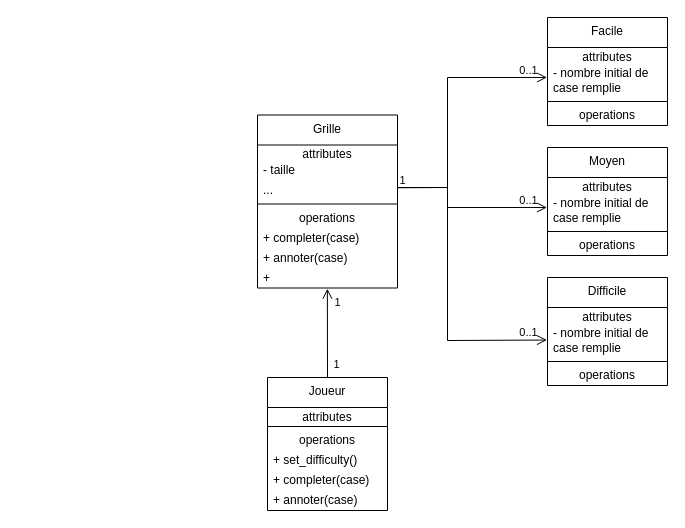
This is Phase d'analyse/diag_classe.drawio from gpotel/projet_POO_PPMD, a draw.io file, before an edit. Source tidied: cells renumbered, new cells numbered last; positions are measured from the earlier drawing's top-left corner, leaving out a move shared by most shapes. Both pictures are drawn from the tidied source at 100%, with x=0, y=0 at pixel (257, 17).
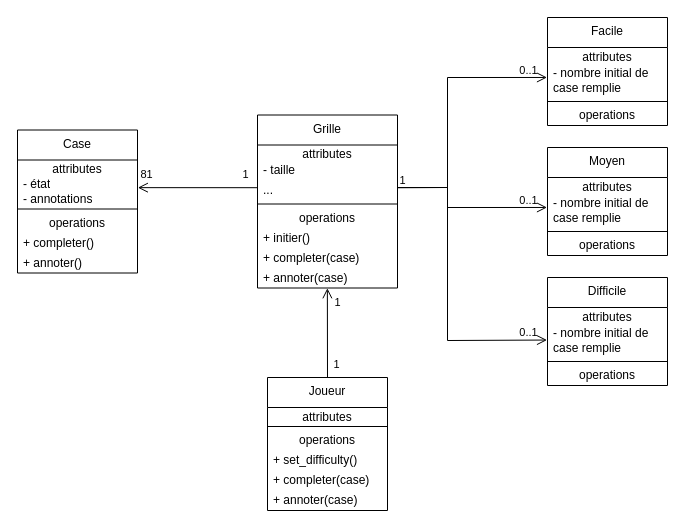
The same page after the edit.

Commit message (it also covers changes not shown here):
Modification diag classe et création de main.py

The change refers to these unchanged cells:
```xml
<mxCell id="2" value="Grille" style="swimlane;fontStyle=0;align=center;verticalAlign=top;horizontal=1;startSize=30;html=1;whiteSpace=wrap;" parent="1" vertex="1">
  <mxGeometry y="97.5" width="140" height="173" as="geometry" />
</mxCell>
<mxCell id="5" value="..." style="text;html=1;strokeColor=none;fillColor=none;align=left;verticalAlign=middle;spacingLeft=4;spacingRight=4;overflow=hidden;points=[[0,0.5],[1,0.5]];portConstraint=eastwest;whiteSpace=wrap;" parent="2" vertex="1">
  <mxGeometry y="65" width="140" height="20" as="geometry" />
</mxCell>
<mxCell id="11" value="Joueur" style="swimlane;fontStyle=0;align=center;verticalAlign=top;horizontal=1;startSize=30;html=1;whiteSpace=wrap;" parent="1" vertex="1">
  <mxGeometry x="10" y="360" width="120" height="133" as="geometry" />
</mxCell>
```

The edit, as a diff of the source:
```diff
@@
+    <mxCell id="10" value="+ initier()" style="text;html=1;strokeColor=none;fillColor=none;align=left;verticalAlign=middle;spacingLeft=4;spacingRight=4;overflow=hidden;points=[[0,0.5],[1,0.5]];portConstraint=eastwest;whiteSpace=wrap;" parent="2" vertex="1">
+      <mxGeometry y="113" width="140" height="20" as="geometry" />
+    </mxCell>
     <mxCell id="8" value="+ completer(case)" style="text;html=1;strokeColor=none;fillColor=none;align=left;verticalAlign=middle;spacingLeft=4;spacingRight=4;overflow=hidden;whiteSpace=wrap;" parent="2" vertex="1">
-      <mxGeometry y="113" width="140" height="20" as="geometry" />
+      <mxGeometry y="133" width="140" height="20" as="geometry" />
     </mxCell>
     <mxCell id="9" value="&lt;div&gt;+ annoter(case)&lt;/div&gt;" style="text;html=1;strokeColor=none;fillColor=none;align=left;verticalAlign=middle;spacingLeft=4;spacingRight=4;overflow=hidden;points=[[0,0.5],[1,0.5]];portConstraint=eastwest;whiteSpace=wrap;" parent="2" vertex="1">
-      <mxGeometry y="133" width="140" height="20" as="geometry" />
+      <mxGeometry y="153" width="140" height="20" as="geometry" />
     </mxCell>
-    <mxCell id="10" value="+&amp;nbsp;" style="text;html=1;strokeColor=none;fillColor=none;align=left;verticalAlign=middle;spacingLeft=4;spacingRight=4;overflow=hidden;points=[[0,0.5],[1,0.5]];portConstraint=eastwest;whiteSpace=wrap;" parent="2" vertex="1">
-      <mxGeometry y="153" width="140" height="20" as="geometry" />
-    </mxCell>
@@
-    <mxCell id="40" style="endArrow=open;startArrow=none;endFill=0;startFill=0;endSize=8;html=1;verticalAlign=bottom;labelBackgroundColor=none;strokeWidth=1;rounded=0;exitX=0.5;exitY=0;exitDx=0;exitDy=0;entryX=0.499;entryY=1.033;entryDx=0;entryDy=0;entryPerimeter=0;" parent="1" edge="1" source="11" target="10">
+    <mxCell id="40" style="endArrow=open;startArrow=none;endFill=0;startFill=0;endSize=8;html=1;verticalAlign=bottom;labelBackgroundColor=none;strokeWidth=1;rounded=0;exitX=0.5;exitY=0;exitDx=0;exitDy=0;entryX=0.499;entryY=1.012;entryDx=0;entryDy=0;entryPerimeter=0;" parent="1" edge="1" source="11" target="9">
       <mxGeometry relative="1" as="geometry" />
     </mxCell>
@@
+    <mxCell id="43" value="Case" style="swimlane;fontStyle=0;align=center;verticalAlign=top;horizontal=1;startSize=30;html=1;whiteSpace=wrap;" parent="1" vertex="1">
+      <mxGeometry x="-240" y="112.5" width="120" height="143" as="geometry" />
+    </mxCell>
+    <mxCell id="44" value="attributes" style="text;html=1;strokeColor=none;fillColor=none;align=center;verticalAlign=middle;spacingLeft=4;spacingRight=4;overflow=hidden;whiteSpace=wrap;" parent="43" vertex="1">
+      <mxGeometry y="30" width="120" height="15" as="geometry" />
+    </mxCell>
+    <mxCell id="45" value="&lt;div&gt;- état&lt;/div&gt;" style="text;html=1;strokeColor=none;fillColor=none;align=left;verticalAlign=middle;spacingLeft=4;spacingRight=4;overflow=hidden;points=[[0,0.5],[1,0.5]];portConstraint=eastwest;whiteSpace=wrap;" parent="43" vertex="1">
+      <mxGeometry y="45" width="120" height="15" as="geometry" />
+    </mxCell>
+    <mxCell id="46" value="&lt;div&gt;- annotations&lt;/div&gt;" style="text;html=1;strokeColor=none;fillColor=none;align=left;verticalAlign=middle;spacingLeft=4;spacingRight=4;overflow=hidden;whiteSpace=wrap;" parent="43" vertex="1">
+      <mxGeometry y="60" width="120" height="15" as="geometry" />
+    </mxCell>
+    <mxCell id="47" style="line;strokeWidth=1;fillColor=none;align=left;verticalAlign=middle;spacingTop=-1;spacingLeft=3;spacingRight=3;labelPosition=right;" parent="43" vertex="1">
+      <mxGeometry y="75" width="120" height="8" as="geometry" />
+    </mxCell>
+    <mxCell id="48" value="operations" style="text;html=1;strokeColor=none;fillColor=none;align=center;verticalAlign=middle;spacingLeft=4;spacingRight=4;overflow=hidden;whiteSpace=wrap;" parent="43" vertex="1">
+      <mxGeometry y="83" width="120" height="20" as="geometry" />
+    </mxCell>
+    <mxCell id="49" value="+ completer()" style="text;html=1;strokeColor=none;fillColor=none;align=left;verticalAlign=middle;spacingLeft=4;spacingRight=4;overflow=hidden;whiteSpace=wrap;" parent="43" vertex="1">
+      <mxGeometry y="103" width="120" height="20" as="geometry" />
+    </mxCell>
+    <mxCell id="50" value="&lt;div&gt;+ annoter()&lt;/div&gt;" style="text;html=1;strokeColor=none;fillColor=none;align=left;verticalAlign=middle;spacingLeft=4;spacingRight=4;overflow=hidden;whiteSpace=wrap;" parent="43" vertex="1">
+      <mxGeometry y="123" width="120" height="20" as="geometry" />
+    </mxCell>
+    <mxCell id="51" style="endArrow=open;startArrow=none;endFill=0;startFill=0;endSize=8;html=1;verticalAlign=bottom;labelBackgroundColor=none;strokeWidth=1;rounded=0;exitX=0;exitY=0.385;exitDx=0;exitDy=0;exitPerimeter=0;entryX=1.003;entryY=0.843;entryDx=0;entryDy=0;entryPerimeter=0;" parent="1" edge="1" source="5" target="45">
+      <mxGeometry relative="1" as="geometry" />
+    </mxCell>
+    <mxCell id="52" value="1" style="edgeLabel;html=1;align=center;verticalAlign=middle;labelBackgroundColor=none;" parent="1" vertex="1">
+      <mxGeometry x="-10" y="120" as="geometry">
+        <mxPoint x="-3" y="36" as="offset" />
+      </mxGeometry>
+    </mxCell>
+    <mxCell id="53" value="81" style="edgeLabel;html=1;align=center;verticalAlign=middle;labelBackgroundColor=none;" parent="1" vertex="1">
+      <mxGeometry x="-110" y="140" as="geometry">
+        <mxPoint x="-2" y="16" as="offset" />
+      </mxGeometry>
+    </mxCell>
```
